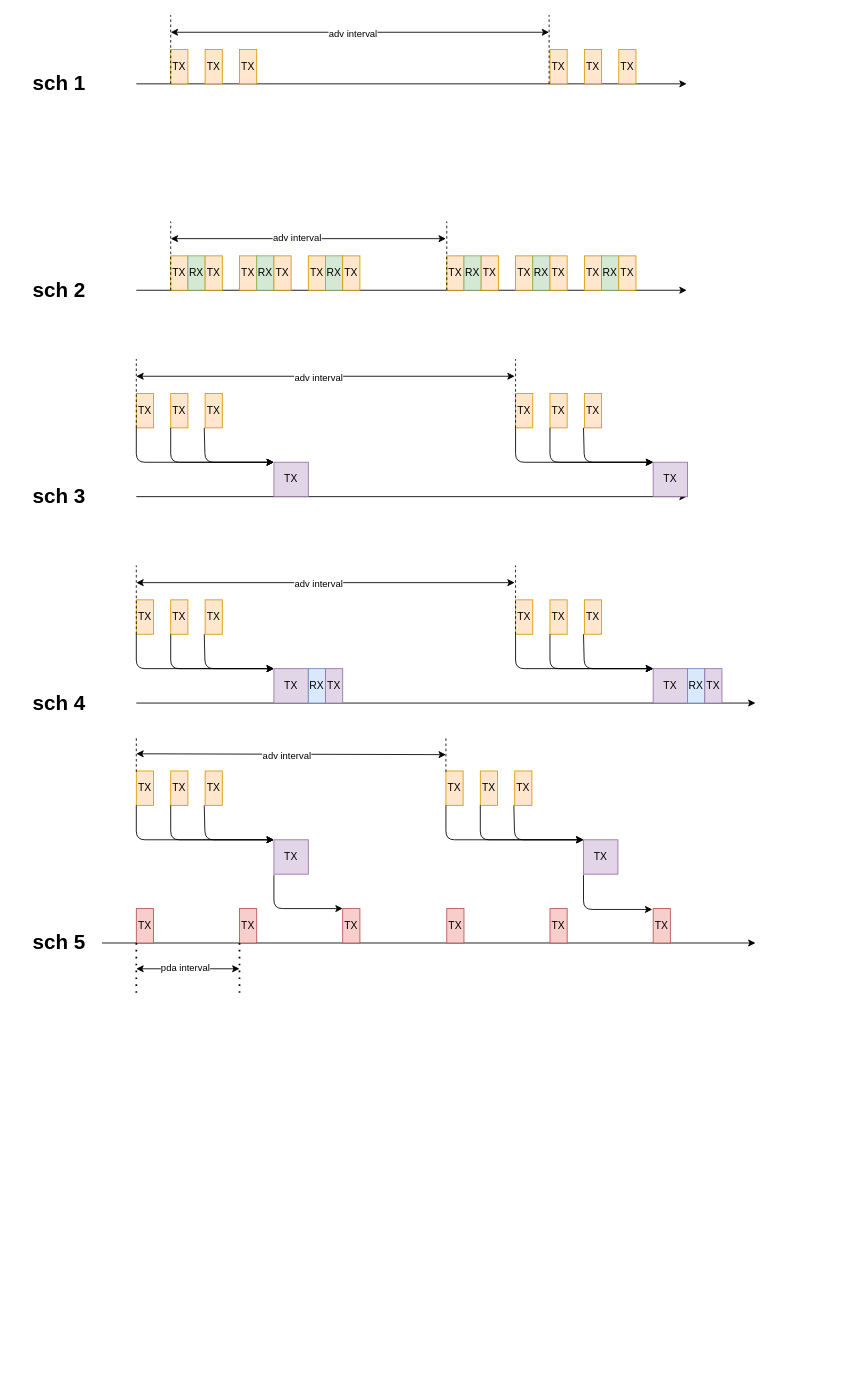
The draw.io diagram system/ble/controller/ll/module/adv/adv.drawio in Coy681/tx_ble, before the edit. Source tidied: cells renumbered, new cells numbered last; positions are measured from the earlier drawing's top-left corner, leaving out a move shared by most shapes. Both pictures are drawn from the tidied source at 86%, with x=0, y=0 at pixel (15, 15).
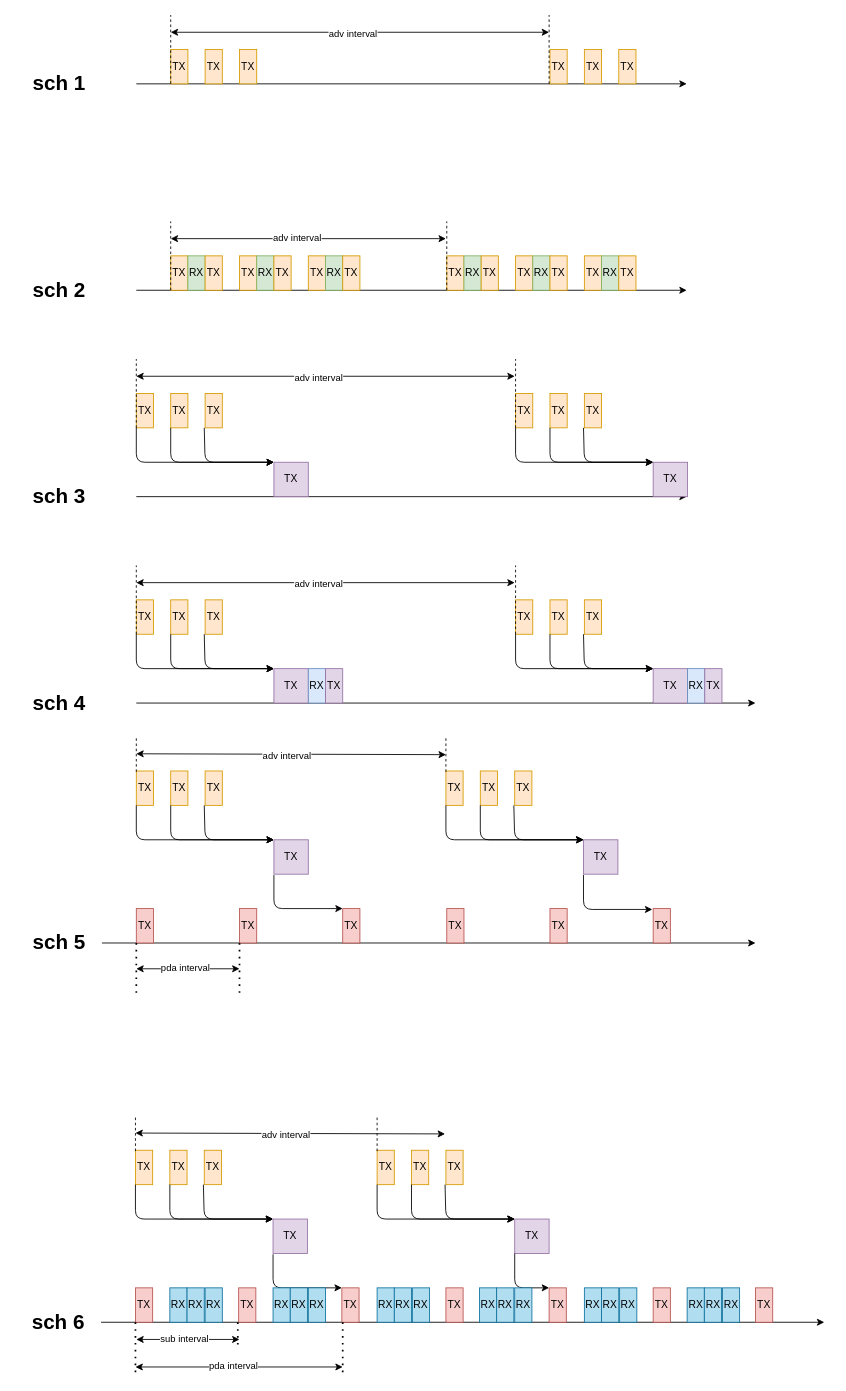
The same diagram, later.

The edit, as a diff of the source:
```diff
@@
+    <mxCell id="114" style="endArrow=classic;html=1;exitX=1;exitY=0.5;exitDx=0;exitDy=0;" parent="1" edge="1" source="115">
+      <mxGeometry relative="1" as="geometry">
+        <mxPoint x="940" y="1520" as="targetPoint" />
+      </mxGeometry>
+    </mxCell>
+    <mxCell id="115" value="sch 6" style="text;strokeColor=none;fillColor=none;html=1;fontSize=24;fontStyle=1;verticalAlign=middle;align=center;" parent="1" vertex="1">
+      <mxGeometry x="-1" y="1500" width="100" height="40" as="geometry" />
+    </mxCell>
+    <mxCell id="116" value="TX" style="rounded=0;whiteSpace=wrap;html=1;fillColor=#f8cecc;strokeColor=#b85450;" parent="1" vertex="1">
+      <mxGeometry x="139" y="1480" width="20" height="40" as="geometry" />
+    </mxCell>
+    <mxCell id="117" value="TX" style="rounded=0;whiteSpace=wrap;html=1;fillColor=#f8cecc;strokeColor=#b85450;" parent="1" vertex="1">
+      <mxGeometry x="379" y="1480" width="20" height="40" as="geometry" />
+    </mxCell>
+    <mxCell id="118" value="TX" style="rounded=0;whiteSpace=wrap;html=1;fillColor=#f8cecc;strokeColor=#b85450;" parent="1" vertex="1">
+      <mxGeometry x="620" y="1480" width="20" height="40" as="geometry" />
+    </mxCell>
+    <mxCell id="119" style="endArrow=none;dashed=1;html=1;dashPattern=1 3;strokeWidth=2;" parent="1" edge="1">
+      <mxGeometry relative="1" as="geometry">
+        <mxPoint x="139" y="1520" as="sourcePoint" />
+        <mxPoint x="139" y="1580" as="targetPoint" />
+      </mxGeometry>
+    </mxCell>
+    <mxCell id="120" style="endArrow=none;dashed=1;html=1;dashPattern=1 3;strokeWidth=2;" parent="1" edge="1">
+      <mxGeometry relative="1" as="geometry">
+        <mxPoint x="380" y="1520" as="sourcePoint" />
+        <mxPoint x="380" y="1580" as="targetPoint" />
+      </mxGeometry>
+    </mxCell>
+    <mxCell id="121" style="endArrow=classic;startArrow=classic;html=1;" parent="1" edge="1">
+      <mxGeometry relative="1" as="geometry">
+        <mxPoint x="139" y="1572" as="sourcePoint" />
+        <mxPoint x="380" y="1572" as="targetPoint" />
+      </mxGeometry>
+    </mxCell>
+    <mxCell id="122" value="pda interval" style="edgeLabel;html=1;align=center;verticalAlign=middle;" parent="121" vertex="1">
+      <mxGeometry x="-0.06" y="2" relative="1" as="geometry" />
+    </mxCell>
+    <mxCell id="123" value="TX" style="rounded=0;whiteSpace=wrap;html=1;fillColor=#ffe6cc;strokeColor=#d79b00;" parent="1" vertex="1">
+      <mxGeometry x="139" y="1320" width="20" height="40" as="geometry" />
+    </mxCell>
+    <mxCell id="124" value="TX" style="rounded=0;whiteSpace=wrap;html=1;fillColor=#ffe6cc;strokeColor=#d79b00;" parent="1" vertex="1">
+      <mxGeometry x="179" y="1320" width="20" height="40" as="geometry" />
+    </mxCell>
+    <mxCell id="125" value="TX" style="rounded=0;whiteSpace=wrap;html=1;fillColor=#ffe6cc;strokeColor=#d79b00;" parent="1" vertex="1">
+      <mxGeometry x="219" y="1320" width="20" height="40" as="geometry" />
+    </mxCell>
+    <mxCell id="126" style="endArrow=none;dashed=1;html=1;" parent="1" edge="1">
+      <mxGeometry relative="1" as="geometry">
+        <mxPoint x="139" y="1321" as="sourcePoint" />
+        <mxPoint x="139" y="1281" as="targetPoint" />
+      </mxGeometry>
+    </mxCell>
+    <mxCell id="127" style="endArrow=classic;startArrow=classic;html=1;" parent="1" edge="1">
+      <mxGeometry relative="1" as="geometry">
+        <mxPoint x="139" y="1300" as="sourcePoint" />
+        <mxPoint x="499" y="1301" as="targetPoint" />
+      </mxGeometry>
+    </mxCell>
+    <mxCell id="128" value="adv interval" style="edgeLabel;html=1;align=center;verticalAlign=middle;" parent="127" vertex="1">
+      <mxGeometry x="-0.1" y="-1" relative="1" as="geometry">
+        <mxPoint x="13" as="offset" />
+      </mxGeometry>
+    </mxCell>
+    <mxCell id="129" value="TX" style="rounded=0;whiteSpace=wrap;html=1;fillColor=#e1d5e7;strokeColor=#9673a6;" parent="1" vertex="1">
+      <mxGeometry x="299" y="1400" width="40" height="40" as="geometry" />
+    </mxCell>
+    <mxCell id="130" style="endArrow=classic;html=1;exitX=0;exitY=1;exitDx=0;exitDy=0;" parent="1" edge="1" source="123">
+      <mxGeometry relative="1" as="geometry">
+        <mxPoint x="299" y="1400" as="targetPoint" />
+        <Array as="points">
+          <mxPoint x="139" y="1400" />
+        </Array>
+      </mxGeometry>
+    </mxCell>
+    <mxCell id="131" style="endArrow=classic;html=1;exitX=0;exitY=1;exitDx=0;exitDy=0;entryX=0;entryY=0;entryDx=0;entryDy=0;" parent="1" edge="1" target="129">
+      <mxGeometry relative="1" as="geometry">
+        <mxPoint x="179" y="1360" as="sourcePoint" />
+        <Array as="points">
+          <mxPoint x="179" y="1400" />
+        </Array>
+      </mxGeometry>
+    </mxCell>
+    <mxCell id="132" style="endArrow=classic;html=1;exitX=0;exitY=1;exitDx=0;exitDy=0;entryX=0;entryY=0;entryDx=0;entryDy=0;" parent="1" edge="1" target="129">
+      <mxGeometry relative="1" as="geometry">
+        <mxPoint x="218" y="1360" as="sourcePoint" />
+        <Array as="points">
+          <mxPoint x="219" y="1400" />
+        </Array>
+      </mxGeometry>
+    </mxCell>
+    <mxCell id="133" value="TX" style="rounded=0;whiteSpace=wrap;html=1;fillColor=#ffe6cc;strokeColor=#d79b00;" parent="1" vertex="1">
+      <mxGeometry x="420" y="1320" width="20" height="40" as="geometry" />
+    </mxCell>
+    <mxCell id="134" value="TX" style="rounded=0;whiteSpace=wrap;html=1;fillColor=#ffe6cc;strokeColor=#d79b00;" parent="1" vertex="1">
+      <mxGeometry x="460" y="1320" width="20" height="40" as="geometry" />
+    </mxCell>
+    <mxCell id="135" value="TX" style="rounded=0;whiteSpace=wrap;html=1;fillColor=#ffe6cc;strokeColor=#d79b00;" parent="1" vertex="1">
+      <mxGeometry x="500" y="1320" width="20" height="40" as="geometry" />
+    </mxCell>
+    <mxCell id="136" style="endArrow=none;dashed=1;html=1;" parent="1" edge="1">
+      <mxGeometry relative="1" as="geometry">
+        <mxPoint x="420" y="1321" as="sourcePoint" />
+        <mxPoint x="420" y="1281" as="targetPoint" />
+      </mxGeometry>
+    </mxCell>
+    <mxCell id="137" value="TX" style="rounded=0;whiteSpace=wrap;html=1;fillColor=#e1d5e7;strokeColor=#9673a6;" parent="1" vertex="1">
+      <mxGeometry x="580" y="1400" width="40" height="40" as="geometry" />
+    </mxCell>
+    <mxCell id="138" style="endArrow=classic;html=1;exitX=0;exitY=1;exitDx=0;exitDy=0;" parent="1" edge="1" source="133">
+      <mxGeometry relative="1" as="geometry">
+        <mxPoint x="580" y="1400" as="targetPoint" />
+        <Array as="points">
+          <mxPoint x="420" y="1400" />
+        </Array>
+      </mxGeometry>
+    </mxCell>
+    <mxCell id="139" style="endArrow=classic;html=1;exitX=0;exitY=1;exitDx=0;exitDy=0;entryX=0;entryY=0;entryDx=0;entryDy=0;" parent="1" edge="1" target="137">
+      <mxGeometry relative="1" as="geometry">
+        <mxPoint x="460" y="1360" as="sourcePoint" />
+        <Array as="points">
+          <mxPoint x="460" y="1400" />
+        </Array>
+      </mxGeometry>
+    </mxCell>
+    <mxCell id="140" style="endArrow=classic;html=1;exitX=0;exitY=1;exitDx=0;exitDy=0;entryX=0;entryY=0;entryDx=0;entryDy=0;" parent="1" edge="1" target="137">
+      <mxGeometry relative="1" as="geometry">
+        <mxPoint x="499" y="1360" as="sourcePoint" />
+        <Array as="points">
+          <mxPoint x="500" y="1400" />
+        </Array>
+      </mxGeometry>
+    </mxCell>
+    <mxCell id="141" style="endArrow=classic;html=1;entryX=0;entryY=0;entryDx=0;entryDy=0;" parent="1" edge="1" target="117">
+      <mxGeometry relative="1" as="geometry">
+        <mxPoint x="299" y="1441" as="sourcePoint" />
+        <Array as="points">
+          <mxPoint x="299" y="1480" />
+        </Array>
+      </mxGeometry>
+    </mxCell>
+    <mxCell id="142" style="endArrow=classic;html=1;entryX=0;entryY=0;entryDx=0;entryDy=0;" parent="1" edge="1" target="118">
+      <mxGeometry relative="1" as="geometry">
+        <mxPoint x="580" y="1440" as="sourcePoint" />
+        <Array as="points">
+          <mxPoint x="580" y="1480" />
+        </Array>
+      </mxGeometry>
+    </mxCell>
+    <mxCell id="143" value="TX" style="rounded=0;whiteSpace=wrap;html=1;fillColor=#f8cecc;strokeColor=#b85450;" parent="1" vertex="1">
+      <mxGeometry x="860" y="1480" width="20" height="40" as="geometry" />
+    </mxCell>
+    <mxCell id="144" value="RX" style="rounded=0;whiteSpace=wrap;html=1;fillColor=#b1ddf0;strokeColor=#10739e;" parent="1" vertex="1">
+      <mxGeometry x="179" y="1480" width="20" height="40" as="geometry" />
+    </mxCell>
+    <mxCell id="145" value="RX" style="rounded=0;whiteSpace=wrap;html=1;fillColor=#b1ddf0;strokeColor=#10739e;" parent="1" vertex="1">
+      <mxGeometry x="199" y="1480" width="20" height="40" as="geometry" />
+    </mxCell>
+    <mxCell id="146" value="RX" style="rounded=0;whiteSpace=wrap;html=1;fillColor=#b1ddf0;strokeColor=#10739e;" parent="1" vertex="1">
+      <mxGeometry x="220" y="1480" width="20" height="40" as="geometry" />
+    </mxCell>
+    <mxCell id="147" value="TX" style="rounded=0;whiteSpace=wrap;html=1;fillColor=#f8cecc;strokeColor=#b85450;" parent="1" vertex="1">
+      <mxGeometry x="259" y="1480" width="20" height="40" as="geometry" />
+    </mxCell>
+    <mxCell id="148" value="RX" style="rounded=0;whiteSpace=wrap;html=1;fillColor=#b1ddf0;strokeColor=#10739e;" parent="1" vertex="1">
+      <mxGeometry x="299" y="1480" width="20" height="40" as="geometry" />
+    </mxCell>
+    <mxCell id="149" value="RX" style="rounded=0;whiteSpace=wrap;html=1;fillColor=#b1ddf0;strokeColor=#10739e;" parent="1" vertex="1">
+      <mxGeometry x="319" y="1480" width="20" height="40" as="geometry" />
+    </mxCell>
+    <mxCell id="150" value="RX" style="rounded=0;whiteSpace=wrap;html=1;fillColor=#b1ddf0;strokeColor=#10739e;" parent="1" vertex="1">
+      <mxGeometry x="340" y="1480" width="20" height="40" as="geometry" />
+    </mxCell>
+    <mxCell id="151" style="endArrow=none;dashed=1;html=1;dashPattern=1 3;strokeWidth=2;" parent="1" edge="1">
+      <mxGeometry relative="1" as="geometry">
+        <mxPoint x="258" y="1520" as="sourcePoint" />
+        <mxPoint x="258" y="1550" as="targetPoint" />
+      </mxGeometry>
+    </mxCell>
+    <mxCell id="152" style="endArrow=classic;startArrow=classic;html=1;" parent="1" edge="1">
+      <mxGeometry relative="1" as="geometry">
+        <mxPoint x="140" y="1540" as="sourcePoint" />
+        <mxPoint x="260" y="1540" as="targetPoint" />
+      </mxGeometry>
+    </mxCell>
+    <mxCell id="153" value="sub interval" style="edgeLabel;html=1;align=center;verticalAlign=middle;" parent="152" vertex="1">
+      <mxGeometry x="-0.08" y="3" relative="1" as="geometry">
+        <mxPoint y="1" as="offset" />
+      </mxGeometry>
+    </mxCell>
+    <mxCell id="154" value="RX" style="rounded=0;whiteSpace=wrap;html=1;fillColor=#b1ddf0;strokeColor=#10739e;" parent="1" vertex="1">
+      <mxGeometry x="420" y="1480" width="20" height="40" as="geometry" />
+    </mxCell>
+    <mxCell id="155" value="RX" style="rounded=0;whiteSpace=wrap;html=1;fillColor=#b1ddf0;strokeColor=#10739e;" parent="1" vertex="1">
+      <mxGeometry x="440" y="1480" width="20" height="40" as="geometry" />
+    </mxCell>
+    <mxCell id="156" value="RX" style="rounded=0;whiteSpace=wrap;html=1;fillColor=#b1ddf0;strokeColor=#10739e;" parent="1" vertex="1">
+      <mxGeometry x="461" y="1480" width="20" height="40" as="geometry" />
+    </mxCell>
+    <mxCell id="157" value="RX" style="rounded=0;whiteSpace=wrap;html=1;fillColor=#b1ddf0;strokeColor=#10739e;" parent="1" vertex="1">
+      <mxGeometry x="539" y="1480" width="20" height="40" as="geometry" />
+    </mxCell>
+    <mxCell id="158" value="RX" style="rounded=0;whiteSpace=wrap;html=1;fillColor=#b1ddf0;strokeColor=#10739e;" parent="1" vertex="1">
+      <mxGeometry x="559" y="1480" width="20" height="40" as="geometry" />
+    </mxCell>
+    <mxCell id="159" value="RX" style="rounded=0;whiteSpace=wrap;html=1;fillColor=#b1ddf0;strokeColor=#10739e;" parent="1" vertex="1">
+      <mxGeometry x="580" y="1480" width="20" height="40" as="geometry" />
+    </mxCell>
+    <mxCell id="160" value="TX" style="rounded=0;whiteSpace=wrap;html=1;fillColor=#f8cecc;strokeColor=#b85450;" parent="1" vertex="1">
+      <mxGeometry x="500" y="1480" width="20" height="40" as="geometry" />
+    </mxCell>
+    <mxCell id="161" value="RX" style="rounded=0;whiteSpace=wrap;html=1;fillColor=#b1ddf0;strokeColor=#10739e;" parent="1" vertex="1">
+      <mxGeometry x="661" y="1480" width="20" height="40" as="geometry" />
+    </mxCell>
+    <mxCell id="162" value="RX" style="rounded=0;whiteSpace=wrap;html=1;fillColor=#b1ddf0;strokeColor=#10739e;" parent="1" vertex="1">
+      <mxGeometry x="681" y="1480" width="20" height="40" as="geometry" />
+    </mxCell>
+    <mxCell id="163" value="RX" style="rounded=0;whiteSpace=wrap;html=1;fillColor=#b1ddf0;strokeColor=#10739e;" parent="1" vertex="1">
+      <mxGeometry x="702" y="1480" width="20" height="40" as="geometry" />
+    </mxCell>
+    <mxCell id="164" value="RX" style="rounded=0;whiteSpace=wrap;html=1;fillColor=#b1ddf0;strokeColor=#10739e;" parent="1" vertex="1">
+      <mxGeometry x="780.5" y="1480" width="20" height="40" as="geometry" />
+    </mxCell>
+    <mxCell id="165" value="RX" style="rounded=0;whiteSpace=wrap;html=1;fillColor=#b1ddf0;strokeColor=#10739e;" parent="1" vertex="1">
+      <mxGeometry x="800.5" y="1480" width="20" height="40" as="geometry" />
+    </mxCell>
+    <mxCell id="166" value="RX" style="rounded=0;whiteSpace=wrap;html=1;fillColor=#b1ddf0;strokeColor=#10739e;" parent="1" vertex="1">
+      <mxGeometry x="821.5" y="1480" width="20" height="40" as="geometry" />
+    </mxCell>
+    <mxCell id="167" value="TX" style="rounded=0;whiteSpace=wrap;html=1;fillColor=#f8cecc;strokeColor=#b85450;" parent="1" vertex="1">
+      <mxGeometry x="741" y="1480" width="20" height="40" as="geometry" />
+    </mxCell>
```
